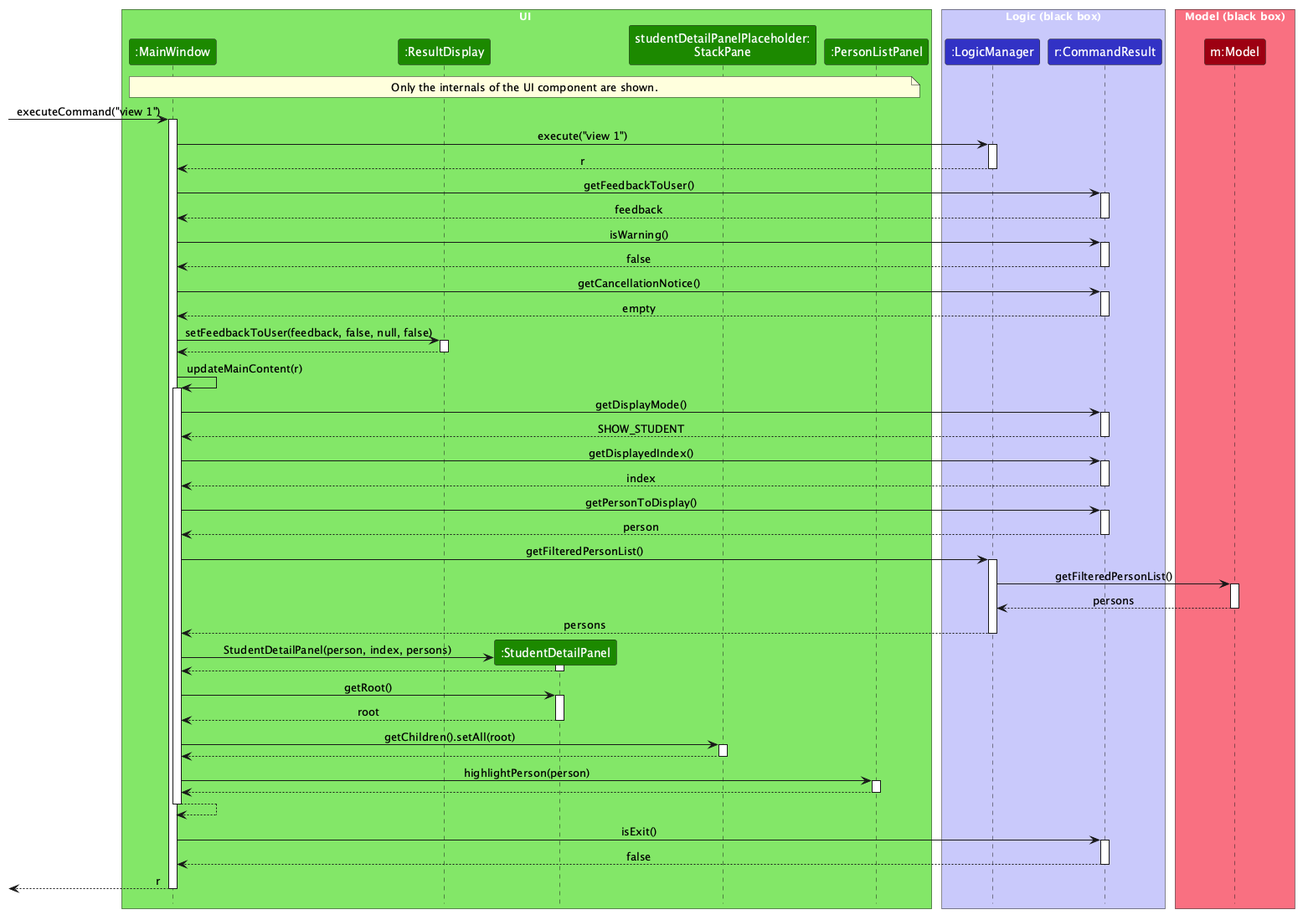
Above: docs/images/ViewStudentDetailSequenceDiagram.png in AY2627S1-CS2103T-T09-1/tp (PlantUML), before the change.
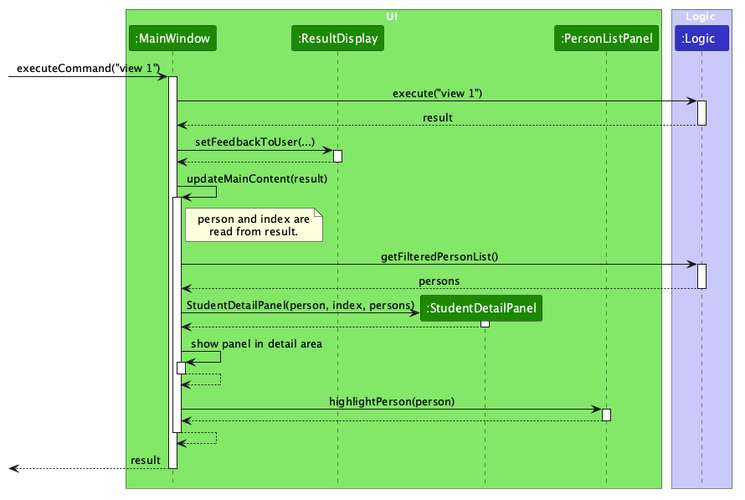
After the commit.

Commit message:
Simplify view-related UML diagrams

What changed in the source:
```diff
@@ -6,77 +6,38 @@
 participant ":MainWindow" as MainWindow UI_COLOR
 participant ":ResultDisplay" as ResultDisplay UI_COLOR
 participant ":StudentDetailPanel" as StudentDetailPanel UI_COLOR
-participant "studentDetailPanelPlaceholder:\nStackPane" as StudentDetailPanelPlaceholder UI_COLOR
 participant ":PersonListPanel" as PersonListPanel UI_COLOR
 end box
 
-box "Logic (black box)" LOGIC_COLOR_T1
-participant ":LogicManager" as LogicManager LOGIC_COLOR
-participant "r:CommandResult" as CommandResult LOGIC_COLOR
+box Logic LOGIC_COLOR_T1
+participant ":Logic" as Logic LOGIC_COLOR
 end box
-
-box "Model (black box)" MODEL_COLOR_T1
-participant "m:Model" as Model MODEL_COLOR
-end box
-
-note over MainWindow, PersonListPanel
-Only the internals of the UI component are shown.
-end note
 
 [-> MainWindow : executeCommand("view 1")
 activate MainWindow
 
-MainWindow -> LogicManager : execute("view 1")
-activate LogicManager
-LogicManager --> MainWindow : r
-deactivate LogicManager
+MainWindow -> Logic : execute("view 1")
+activate Logic
+Logic --> MainWindow : result
+deactivate Logic
 
-MainWindow -> CommandResult : getFeedbackToUser()
-activate CommandResult
-CommandResult --> MainWindow : feedback
-deactivate CommandResult
-
-MainWindow -> CommandResult : isWarning()
-activate CommandResult
-CommandResult --> MainWindow : false
-deactivate CommandResult
-
-MainWindow -> CommandResult : getCancellationNotice()
-activate CommandResult
-CommandResult --> MainWindow : empty
-deactivate CommandResult
-
-MainWindow -> ResultDisplay : setFeedbackToUser(feedback, false, null, false)
+MainWindow -> ResultDisplay : setFeedbackToUser(...)
 activate ResultDisplay
 ResultDisplay --> MainWindow
 deactivate ResultDisplay
 
-MainWindow -> MainWindow : updateMainContent(r)
+MainWindow -> MainWindow : updateMainContent(result)
 activate MainWindow
 
-MainWindow -> CommandResult : getDisplayMode()
-activate CommandResult
-CommandResult --> MainWindow : SHOW_STUDENT
-deactivate CommandResult
+note right of MainWindow
+person and index are
+read from result.
+end note
 
-MainWindow -> CommandResult : getDisplayedIndex()
-activate CommandResult
-CommandResult --> MainWindow : index
-deactivate CommandResult
-
-MainWindow -> CommandResult : getPersonToDisplay()
-activate CommandResult
-CommandResult --> MainWindow : person
-deactivate CommandResult
-
-MainWindow -> LogicManager : getFilteredPersonList()
-activate LogicManager
-LogicManager -> Model : getFilteredPersonList()
-activate Model
-Model --> LogicManager : persons
-deactivate Model
-LogicManager --> MainWindow : persons
-deactivate LogicManager
+MainWindow -> Logic : getFilteredPersonList()
+activate Logic
+Logic --> MainWindow : persons
+deactivate Logic
 
 create StudentDetailPanel
 MainWindow -> StudentDetailPanel : StudentDetailPanel(person, index, persons)
@@ -84,15 +45,10 @@
 StudentDetailPanel --> MainWindow
 deactivate StudentDetailPanel
 
-MainWindow -> StudentDetailPanel : getRoot()
-activate StudentDetailPanel
-StudentDetailPanel --> MainWindow : root
-deactivate StudentDetailPanel
-
-MainWindow -> StudentDetailPanelPlaceholder : getChildren().setAll(root)
-activate StudentDetailPanelPlaceholder
-StudentDetailPanelPlaceholder --> MainWindow
-deactivate StudentDetailPanelPlaceholder
+MainWindow -> MainWindow : show panel in detail area
+activate MainWindow
+MainWindow --> MainWindow
+deactivate MainWindow
 
 MainWindow -> PersonListPanel : highlightPerson(person)
 activate PersonListPanel
@@ -102,11 +58,6 @@
 MainWindow --> MainWindow
 deactivate MainWindow
 
-MainWindow -> CommandResult : isExit()
-activate CommandResult
-CommandResult --> MainWindow : false
-deactivate CommandResult
-
-[<-- MainWindow : r
+[<-- MainWindow : result
 deactivate MainWindow
 @enduml
```
